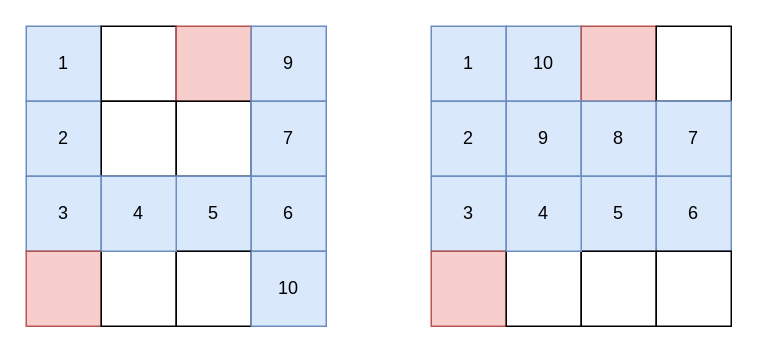
Before: algorithm/dfs遍历流程.drawio in erlieStar/diagrams, a draw.io diagram. Source tidied: cells renumbered, new cells numbered last; positions are measured from the earlier drawing's top-left corner, leaving out a move shared by most shapes. Both pictures are drawn from the tidied source at 150%, with x=0, y=0 at pixel (26, 26).
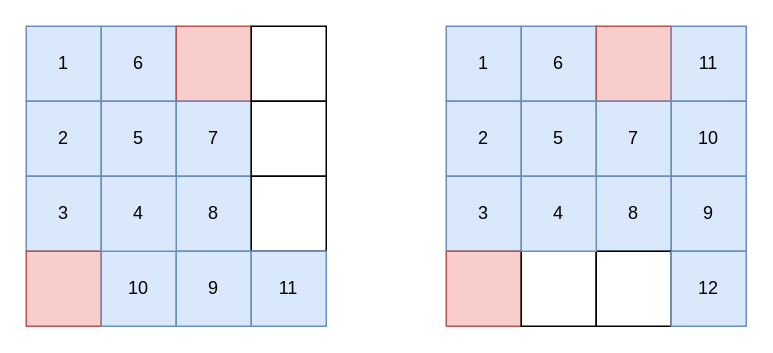
After the change.

What changed in the source:
```diff
@@
-    <mxCell id="3" style="rounded=0;whiteSpace=wrap;html=1;" parent="1" vertex="1">
+    <mxCell id="3" value="6" style="rounded=0;whiteSpace=wrap;html=1;fillColor=#dae8fc;strokeColor=#6c8ebf;" parent="1" vertex="1">
       <mxGeometry x="50" width="50" height="50" as="geometry" />
     </mxCell>
@@
-    <mxCell id="6" style="rounded=0;whiteSpace=wrap;html=1;" parent="1" vertex="1">
+    <mxCell id="6" value="5" style="rounded=0;whiteSpace=wrap;html=1;fillColor=#dae8fc;strokeColor=#6c8ebf;" parent="1" vertex="1">
       <mxGeometry x="50" y="50" width="50" height="50" as="geometry" />
     </mxCell>
-    <mxCell id="7" style="rounded=0;whiteSpace=wrap;html=1;" parent="1" vertex="1">
+    <mxCell id="7" value="7" style="rounded=0;whiteSpace=wrap;html=1;fillColor=#dae8fc;strokeColor=#6c8ebf;" parent="1" vertex="1">
       <mxGeometry x="100" y="50" width="50" height="50" as="geometry" />
     </mxCell>
@@
-    <mxCell id="9" value="5" style="rounded=0;whiteSpace=wrap;html=1;fillColor=#dae8fc;strokeColor=#6c8ebf;" parent="1" vertex="1">
+    <mxCell id="9" value="8" style="rounded=0;whiteSpace=wrap;html=1;fillColor=#dae8fc;strokeColor=#6c8ebf;" parent="1" vertex="1">
       <mxGeometry x="100" y="100" width="50" height="50" as="geometry" />
     </mxCell>
-    <mxCell id="10" value="9" style="rounded=0;whiteSpace=wrap;html=1;fillColor=#dae8fc;strokeColor=#6c8ebf;" parent="1" vertex="1">
+    <mxCell id="10" style="rounded=0;whiteSpace=wrap;html=1;" parent="1" vertex="1">
       <mxGeometry x="150" width="50" height="50" as="geometry" />
     </mxCell>
-    <mxCell id="11" value="7" style="rounded=0;whiteSpace=wrap;html=1;fillColor=#dae8fc;strokeColor=#6c8ebf;" parent="1" vertex="1">
+    <mxCell id="11" style="rounded=0;whiteSpace=wrap;html=1;" parent="1" vertex="1">
       <mxGeometry x="150" y="50" width="50" height="50" as="geometry" />
     </mxCell>
-    <mxCell id="12" value="6" style="rounded=0;whiteSpace=wrap;html=1;fillColor=#dae8fc;strokeColor=#6c8ebf;" parent="1" vertex="1">
+    <mxCell id="12" style="rounded=0;whiteSpace=wrap;html=1;" parent="1" vertex="1">
       <mxGeometry x="150" y="100" width="50" height="50" as="geometry" />
     </mxCell>
@@
-    <mxCell id="14" style="rounded=0;whiteSpace=wrap;html=1;" parent="1" vertex="1">
+    <mxCell id="14" value="10" style="rounded=0;whiteSpace=wrap;html=1;fillColor=#dae8fc;strokeColor=#6c8ebf;" parent="1" vertex="1">
       <mxGeometry x="50" y="150" width="50" height="50" as="geometry" />
     </mxCell>
-    <mxCell id="15" style="rounded=0;whiteSpace=wrap;html=1;" parent="1" vertex="1">
+    <mxCell id="15" value="9" style="rounded=0;whiteSpace=wrap;html=1;fillColor=#dae8fc;strokeColor=#6c8ebf;" parent="1" vertex="1">
       <mxGeometry x="100" y="150" width="50" height="50" as="geometry" />
     </mxCell>
-    <mxCell id="16" value="10" style="rounded=0;whiteSpace=wrap;html=1;fillColor=#dae8fc;strokeColor=#6c8ebf;" parent="1" vertex="1">
+    <mxCell id="16" value="11" style="rounded=0;whiteSpace=wrap;html=1;fillColor=#dae8fc;strokeColor=#6c8ebf;" parent="1" vertex="1">
       <mxGeometry x="150" y="150" width="50" height="50" as="geometry" />
     </mxCell>
@@
     <mxCell id="18" value="1" style="rounded=0;whiteSpace=wrap;html=1;fillColor=#dae8fc;strokeColor=#6c8ebf;" parent="1" vertex="1">
-      <mxGeometry x="270" width="50" height="50" as="geometry" />
+      <mxGeometry x="280" width="50" height="50" as="geometry" />
     </mxCell>
+    <mxCell id="28" value="6" style="rounded=0;whiteSpace=wrap;html=1;fillColor=#dae8fc;strokeColor=#6c8ebf;" parent="1" vertex="1">
+      <mxGeometry x="330" width="50" height="50" as="geometry" />
+    </mxCell>
+    <mxCell id="34" style="rounded=0;whiteSpace=wrap;html=1;fillColor=#f8cecc;strokeColor=#b85450;" parent="1" vertex="1">
+      <mxGeometry x="380" width="50" height="50" as="geometry" />
+    </mxCell>
+    <mxCell id="21" value="2" style="rounded=0;whiteSpace=wrap;html=1;fillColor=#dae8fc;strokeColor=#6c8ebf;" parent="1" vertex="1">
+      <mxGeometry x="280" y="50" width="50" height="50" as="geometry" />
+    </mxCell>
+    <mxCell id="25" value="5" style="rounded=0;whiteSpace=wrap;html=1;fillColor=#dae8fc;strokeColor=#6c8ebf;" parent="1" vertex="1">
+      <mxGeometry x="330" y="50" width="50" height="50" as="geometry" />
+    </mxCell>
+    <mxCell id="27" value="7" style="rounded=0;whiteSpace=wrap;html=1;fillColor=#dae8fc;strokeColor=#6c8ebf;" parent="1" vertex="1">
+      <mxGeometry x="380" y="50" width="50" height="50" as="geometry" />
+    </mxCell>
+    <mxCell id="24" value="3" style="rounded=0;whiteSpace=wrap;html=1;fillColor=#dae8fc;strokeColor=#6c8ebf;" parent="1" vertex="1">
+      <mxGeometry x="280" y="100" width="50" height="50" as="geometry" />
+    </mxCell>
+    <mxCell id="23" value="8" style="rounded=0;whiteSpace=wrap;html=1;fillColor=#dae8fc;strokeColor=#6c8ebf;" parent="1" vertex="1">
+      <mxGeometry x="380" y="100" width="50" height="50" as="geometry" />
+    </mxCell>
+    <mxCell id="35" value="11" style="rounded=0;whiteSpace=wrap;html=1;fillColor=#dae8fc;strokeColor=#6c8ebf;" parent="1" vertex="1">
+      <mxGeometry x="430" width="50" height="50" as="geometry" />
+    </mxCell>
     <mxCell id="19" value="10" style="rounded=0;whiteSpace=wrap;html=1;fillColor=#dae8fc;strokeColor=#6c8ebf;" parent="1" vertex="1">
-      <mxGeometry x="320" width="50" height="50" as="geometry" />
+      <mxGeometry x="430" y="50" width="50" height="50" as="geometry" />
     </mxCell>
-    <mxCell id="20" style="rounded=0;whiteSpace=wrap;html=1;fillColor=#f8cecc;strokeColor=#b85450;" parent="1" vertex="1">
-      <mxGeometry x="370" width="50" height="50" as="geometry" />
-    </mxCell>
-    <mxCell id="21" value="2" style="rounded=0;whiteSpace=wrap;html=1;fillColor=#dae8fc;strokeColor=#6c8ebf;" parent="1" vertex="1">
-      <mxGeometry x="270" y="50" width="50" height="50" as="geometry" />
-    </mxCell>
     <mxCell id="22" value="9" style="rounded=0;whiteSpace=wrap;html=1;fillColor=#dae8fc;strokeColor=#6c8ebf;" parent="1" vertex="1">
-      <mxGeometry x="320" y="50" width="50" height="50" as="geometry" />
+      <mxGeometry x="430" y="100" width="50" height="50" as="geometry" />
     </mxCell>
-    <mxCell id="23" value="8" style="rounded=0;whiteSpace=wrap;html=1;fillColor=#dae8fc;strokeColor=#6c8ebf;" parent="1" vertex="1">
-      <mxGeometry x="370" y="50" width="50" height="50" as="geometry" />
-    </mxCell>
-    <mxCell id="24" value="3" style="rounded=0;whiteSpace=wrap;html=1;fillColor=#dae8fc;strokeColor=#6c8ebf;" parent="1" vertex="1">
-      <mxGeometry x="270" y="100" width="50" height="50" as="geometry" />
-    </mxCell>
-    <mxCell id="25" value="5" style="rounded=0;whiteSpace=wrap;html=1;fillColor=#dae8fc;strokeColor=#6c8ebf;" parent="1" vertex="1">
-      <mxGeometry x="370" y="100" width="50" height="50" as="geometry" />
-    </mxCell>
-    <mxCell id="26" style="rounded=0;whiteSpace=wrap;html=1;" parent="1" vertex="1">
-      <mxGeometry x="420" width="50" height="50" as="geometry" />
-    </mxCell>
-    <mxCell id="27" value="7" style="rounded=0;whiteSpace=wrap;html=1;fillColor=#dae8fc;strokeColor=#6c8ebf;" parent="1" vertex="1">
-      <mxGeometry x="420" y="50" width="50" height="50" as="geometry" />
-    </mxCell>
-    <mxCell id="28" value="6" style="rounded=0;whiteSpace=wrap;html=1;fillColor=#dae8fc;strokeColor=#6c8ebf;" parent="1" vertex="1">
-      <mxGeometry x="420" y="100" width="50" height="50" as="geometry" />
-    </mxCell>
-    <mxCell id="29" style="rounded=0;whiteSpace=wrap;html=1;fillColor=#f8cecc;strokeColor=#b85450;" parent="1" vertex="1">
-      <mxGeometry x="270" y="150" width="50" height="50" as="geometry" />
-    </mxCell>
-    <mxCell id="30" style="rounded=0;whiteSpace=wrap;html=1;" parent="1" vertex="1">
-      <mxGeometry x="320" y="150" width="50" height="50" as="geometry" />
-    </mxCell>
-    <mxCell id="31" style="rounded=0;whiteSpace=wrap;html=1;" parent="1" vertex="1">
-      <mxGeometry x="370" y="150" width="50" height="50" as="geometry" />
-    </mxCell>
-    <mxCell id="32" style="rounded=0;whiteSpace=wrap;html=1;" parent="1" vertex="1">
-      <mxGeometry x="420" y="150" width="50" height="50" as="geometry" />
-    </mxCell>
+    <mxCell id="36" style="rounded=0;whiteSpace=wrap;html=1;fillColor=#f8cecc;strokeColor=#b85450;" parent="1" vertex="1">
+      <mxGeometry x="280" y="150" width="50" height="50" as="geometry" />
+    </mxCell>
+    <mxCell id="37" style="rounded=0;whiteSpace=wrap;html=1;" parent="1" vertex="1">
+      <mxGeometry x="330" y="150" width="50" height="50" as="geometry" />
+    </mxCell>
+    <mxCell id="38" style="rounded=0;whiteSpace=wrap;html=1;" parent="1" vertex="1">
+      <mxGeometry x="380" y="150" width="50" height="50" as="geometry" />
+    </mxCell>
+    <mxCell id="39" value="12" style="rounded=0;whiteSpace=wrap;html=1;fillColor=#dae8fc;strokeColor=#6c8ebf;" parent="1" vertex="1">
+      <mxGeometry x="430" y="150" width="50" height="50" as="geometry" />
+    </mxCell>
     <mxCell id="33" value="4" style="rounded=0;whiteSpace=wrap;html=1;fillColor=#dae8fc;strokeColor=#6c8ebf;" parent="1" vertex="1">
-      <mxGeometry x="320" y="100" width="50" height="50" as="geometry" />
+      <mxGeometry x="330" y="100" width="50" height="50" as="geometry" />
     </mxCell>
```
